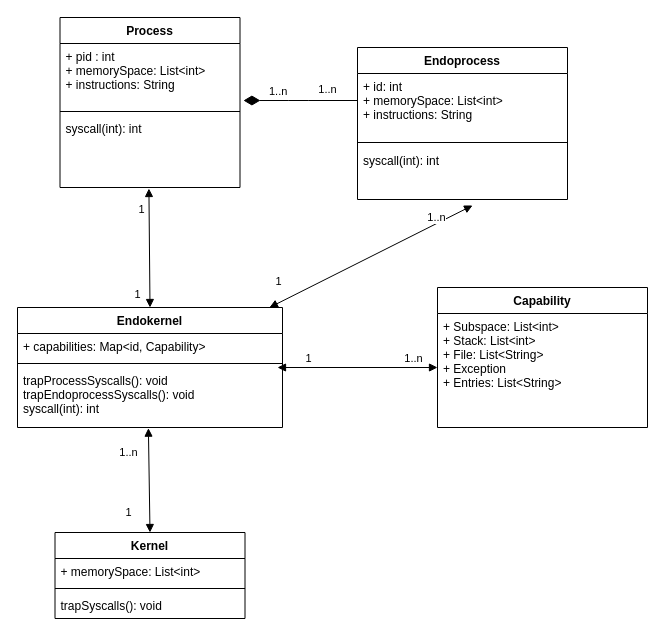
The draw.io diagram models/EndocertUML.drawio in ndauten/comp517-project, before the edit. Source tidied: cells renumbered, new cells numbered last; positions are measured from the earlier drawing's top-left corner, leaving out a move shared by most shapes. Both pictures are drawn from the tidied source at 100%, with x=0, y=0 at pixel (17, 17).
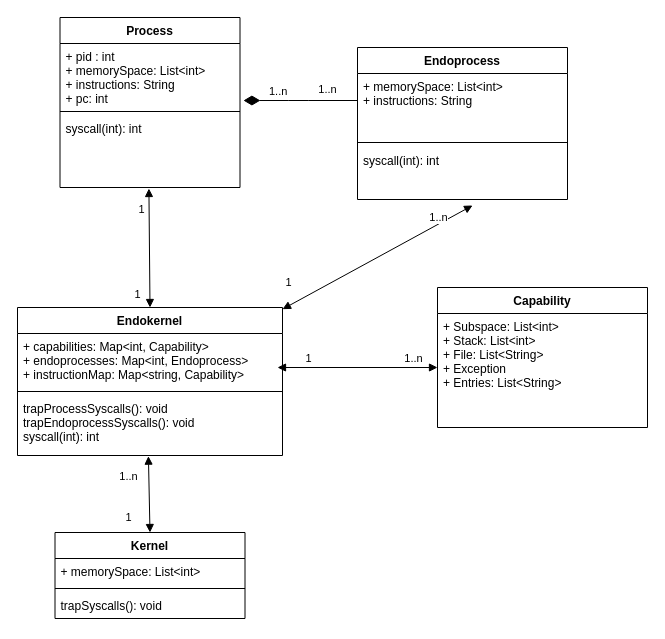
The same diagram, later.

Unchanged cells that the change refers to:
```xml
<mxCell id="2" value="Process" style="swimlane;fontStyle=1;align=center;verticalAlign=top;horizontal=1;startSize=26;" parent="1" vertex="1">
  <mxGeometry x="42.5" width="180" height="170" as="geometry" />
</mxCell>
<mxCell id="10" value="Endoprocess" style="swimlane;fontStyle=1;align=center;verticalAlign=top;horizontal=1;startSize=26;" parent="1" vertex="1">
  <mxGeometry x="340" y="30" width="210" height="152" as="geometry" />
</mxCell>
```

The edit, as a diff of the source:
```diff
@@
-    <mxCell id="3" value="+ pid : int&#10;+ memorySpace: List&lt;int&gt;&#10;+ instructions: String&#10;&#10;" style="text;strokeColor=none;fillColor=none;align=left;verticalAlign=top;spacingLeft=4;spacingRight=4;overflow=hidden;points=[[0,0.5],[1,0.5]];portConstraint=eastwest;" parent="2" vertex="1">
+    <mxCell id="3" value="+ pid : int&#10;+ memorySpace: List&lt;int&gt;&#10;+ instructions: String&#10;+ pc: int&#10;&#10;&#10;" style="text;strokeColor=none;fillColor=none;align=left;verticalAlign=top;spacingLeft=4;spacingRight=4;overflow=hidden;points=[[0,0.5],[1,0.5]];portConstraint=eastwest;" parent="2" vertex="1">
       <mxGeometry y="26" width="180" height="64" as="geometry" />
     </mxCell>
@@
-    <mxCell id="11" value="+ id: int&#10;+ memorySpace: List&lt;int&gt;&#10;+ instructions: String&#10;&#10;&#10;&#10;&#10;" style="text;strokeColor=none;fillColor=none;align=left;verticalAlign=top;spacingLeft=4;spacingRight=4;overflow=hidden;" parent="10" vertex="1">
+    <mxCell id="11" value="+ memorySpace: List&lt;int&gt;&#10;+ instructions: String&#10;&#10;&#10;&#10;&#10;" style="text;strokeColor=none;fillColor=none;align=left;verticalAlign=top;spacingLeft=4;spacingRight=4;overflow=hidden;" parent="10" vertex="1">
       <mxGeometry y="26" width="210" height="64" as="geometry" />
     </mxCell>
@@
     <mxCell id="19" value="Endokernel" style="swimlane;fontStyle=1;align=center;verticalAlign=top;horizontal=1;startSize=26;" parent="1" vertex="1">
-      <mxGeometry y="290" width="265" height="120" as="geometry" />
+      <mxGeometry y="290" width="265" height="148" as="geometry" />
     </mxCell>
-    <mxCell id="20" value="+ capabilities: Map&lt;id, Capability&gt;" style="text;strokeColor=none;fillColor=none;align=left;verticalAlign=top;spacingLeft=4;spacingRight=4;overflow=hidden;" parent="19" vertex="1">
-      <mxGeometry y="26" width="265" height="26" as="geometry" />
+    <mxCell id="20" value="+ capabilities: Map&lt;int, Capability&gt;&#10;+ endoprocesses: Map&lt;int, Endoprocess&gt;&#10;+ instructionMap: Map&lt;string, Capability&gt;&#10;" style="text;strokeColor=none;fillColor=none;align=left;verticalAlign=top;spacingLeft=4;spacingRight=4;overflow=hidden;" parent="19" vertex="1">
+      <mxGeometry y="26" width="265" height="54" as="geometry" />
     </mxCell>
     <mxCell id="21" style="line;strokeWidth=1;fillColor=none;align=left;verticalAlign=middle;spacingTop=-1;spacingLeft=3;spacingRight=3;labelPosition=right;" parent="19" vertex="1">
-      <mxGeometry y="52" width="265" height="8" as="geometry" />
+      <mxGeometry y="80" width="265" height="8" as="geometry" />
     </mxCell>
     <mxCell id="22" value="trapProcessSyscalls(): void&#10;trapEndoprocessSyscalls(): void&#10;syscall(int): int&#10;&#10;" style="text;strokeColor=none;fillColor=none;align=left;verticalAlign=top;spacingLeft=4;spacingRight=4;overflow=hidden;points=[[0,0.5],[1,0.5]];portConstraint=eastwest;" parent="19" vertex="1">
-      <mxGeometry y="60" width="265" height="60" as="geometry" />
+      <mxGeometry y="88" width="265" height="60" as="geometry" />
     </mxCell>
```
